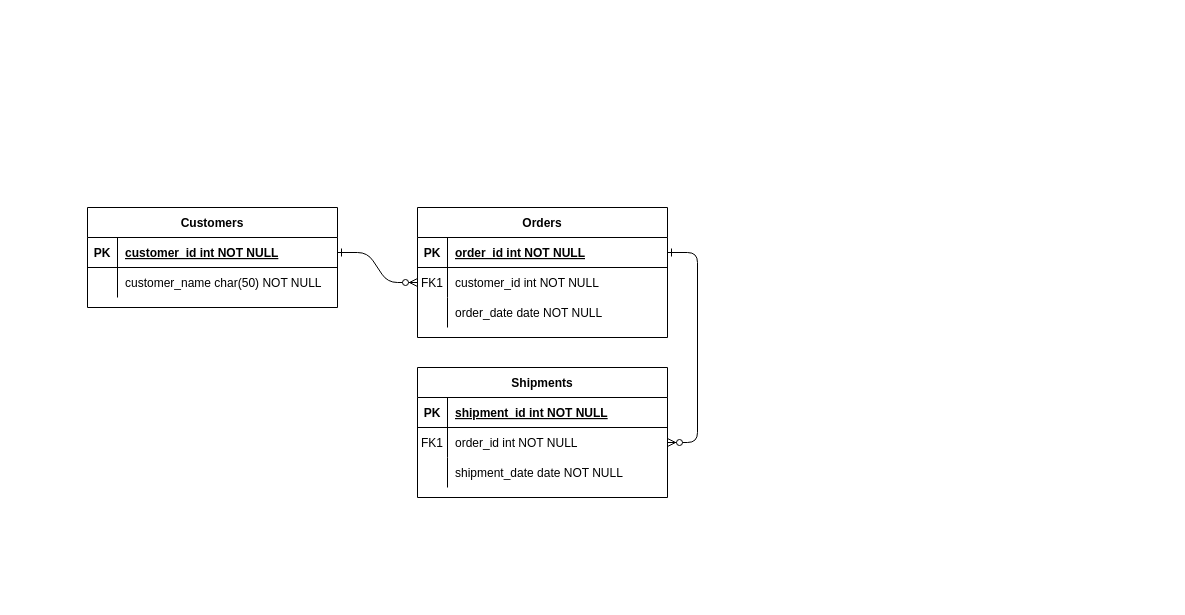
The draw.io diagram ERD Diagram.drawio in KinuthiaWambugu/Laravel9E, before the edit. Source tidied: cells renumbered, new cells numbered last; positions are measured from the earlier drawing's top-left corner, leaving out a move shared by most shapes. Both pictures are drawn from the tidied source at 100%, with x=0, y=0 at pixel (87, 207).
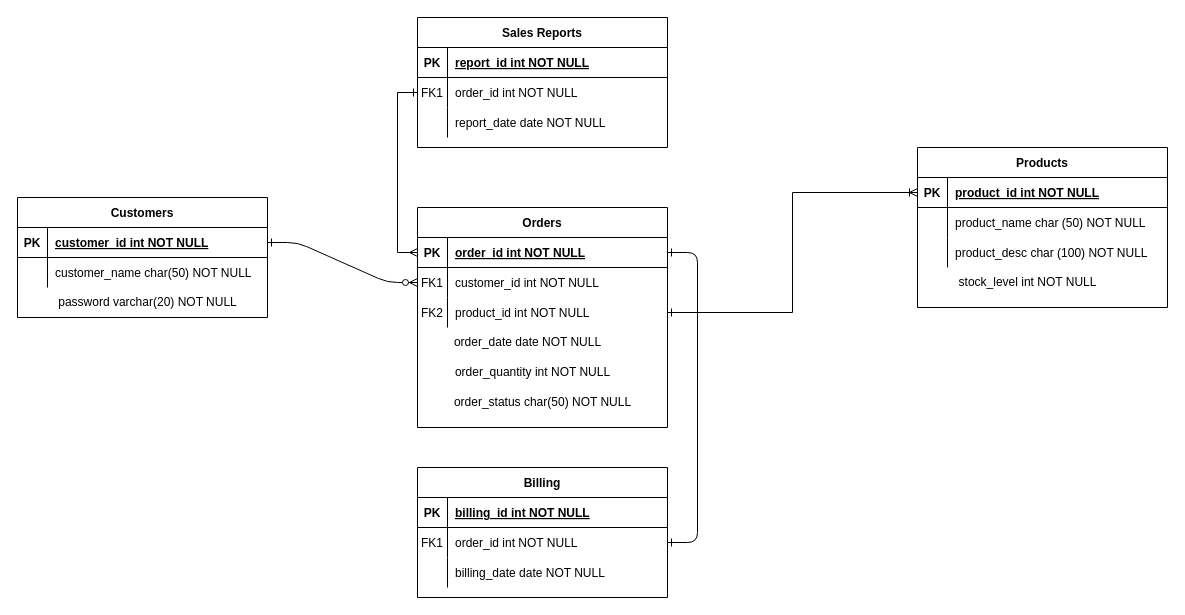
The same diagram, later.

The change refers to these unchanged cells:
```xml
<mxCell id="5" style="shape=partialRectangle;fillColor=none;points=[[0,0.5],[1,0.5]];portConstraint=eastwest;top=0;left=0;right=0;bottom=1;" parent="4" vertex="1">
  <mxGeometry y="30" width="250" height="30" as="geometry" />
</mxCell>
<mxCell id="11" style="shape=partialRectangle;fillColor=none;points=[[0,0.5],[1,0.5]];portConstraint=eastwest;top=0;left=0;right=0;bottom=0;" parent="4" vertex="1">
  <mxGeometry y="90" width="250" height="30" as="geometry" />
</mxCell>
<mxCell id="15" style="shape=partialRectangle;fillColor=none;top=0;left=0;right=0;bottom=1;" parent="14" vertex="1">
  <mxGeometry y="30" width="250" height="30" as="geometry" />
</mxCell>
<mxCell id="18" style="shape=partialRectangle;fillColor=none;points=[[0,0.5],[1,0.5]];portConstraint=eastwest;top=0;left=0;right=0;bottom=0;" parent="14" vertex="1">
  <mxGeometry y="60" width="250" height="30" as="geometry" />
</mxCell>
<mxCell id="21" style="shape=partialRectangle;fillColor=none;top=0;left=0;right=0;bottom=0;" parent="14" vertex="1">
  <mxGeometry y="90" width="250" height="30" as="geometry" />
</mxCell>
```

Change to the diagram source:
```diff
@@
-    <mxCell id="3" style="edgeStyle=entityRelationEdgeStyle;endArrow=ERzeroToMany;startArrow=ERone;endFill=1;startFill=0;" parent="1" edge="1" source="5" target="18">
+    <mxCell id="3" style="edgeStyle=entityRelationEdgeStyle;endArrow=ERone;startArrow=ERone;endFill=0;startFill=0;" parent="1" edge="1" source="5" target="18">
       <mxGeometry relative="1" as="geometry" />
     </mxCell>
     <mxCell id="4" value="Orders" style="shape=table;startSize=30;childLayout=tableLayout;rowLines=0;fontStyle=1;align=center;" parent="1" vertex="1">
-      <mxGeometry x="330" width="250" height="130" as="geometry" />
+      <mxGeometry x="330" width="250" height="220" as="geometry" />
     </mxCell>
@@
-    <mxCell id="12" style="shape=partialRectangle;overflow=hidden;fillColor=none;top=0;left=0;bottom=0;right=0;" parent="11" vertex="1">
+    <mxCell id="12" value="FK2" style="shape=partialRectangle;overflow=hidden;fillColor=none;top=0;left=0;bottom=0;right=0;" parent="11" vertex="1">
       <mxGeometry width="30" height="30" as="geometry" />
     </mxCell>
-    <mxCell id="13" value="order_date date NOT NULL" style="shape=partialRectangle;overflow=hidden;fillColor=none;top=0;left=0;bottom=0;right=0;align=left;spacingLeft=6;" parent="11" vertex="1">
+    <mxCell id="13" value="product_id int NOT NULL" style="shape=partialRectangle;overflow=hidden;fillColor=none;top=0;left=0;bottom=0;right=0;align=left;spacingLeft=6;" parent="11" vertex="1">
       <mxGeometry x="30" width="220" height="30" as="geometry" />
     </mxCell>
-    <mxCell id="14" value="Shipments" style="shape=table;startSize=30;childLayout=tableLayout;rowLines=0;fontStyle=1;align=center;" parent="1" vertex="1">
-      <mxGeometry x="330" y="160" width="250" height="130" as="geometry" />
+    <mxCell id="14" value="Billing" style="shape=table;startSize=30;childLayout=tableLayout;rowLines=0;fontStyle=1;align=center;" parent="1" vertex="1">
+      <mxGeometry x="330" y="260" width="250" height="130" as="geometry" />
     </mxCell>
@@
-    <mxCell id="17" value="shipment_id int NOT NULL " style="shape=partialRectangle;overflow=hidden;fillColor=none;top=0;left=0;bottom=0;right=0;align=left;spacingLeft=6;fontStyle=5;" parent="15" vertex="1">
+    <mxCell id="17" value="billing_id int NOT NULL " style="shape=partialRectangle;overflow=hidden;fillColor=none;top=0;left=0;bottom=0;right=0;align=left;spacingLeft=6;fontStyle=5;" parent="15" vertex="1">
       <mxGeometry x="30" width="220" height="30" as="geometry" />
     </mxCell>
@@
-    <mxCell id="23" value="shipment_date date NOT NULL" style="shape=partialRectangle;overflow=hidden;fillColor=none;top=0;left=0;bottom=0;right=0;align=left;spacingLeft=6;" parent="21" vertex="1">
+    <mxCell id="23" value="billing_date date NOT NULL" style="shape=partialRectangle;overflow=hidden;fillColor=none;top=0;left=0;bottom=0;right=0;align=left;spacingLeft=6;" parent="21" vertex="1">
       <mxGeometry x="30" width="220" height="30" as="geometry" />
     </mxCell>
     <mxCell id="24" value="Customers" style="shape=table;startSize=30;childLayout=tableLayout;rowLines=0;fontStyle=1;align=center;" parent="1" vertex="1">
-      <mxGeometry width="250" height="100" as="geometry" />
+      <mxGeometry x="-70" y="-10" width="250" height="120" as="geometry" />
     </mxCell>
@@
+    <mxCell id="31" value="password varchar(20) NOT NULL" style="text;html=1;align=center;verticalAlign=middle;strokeColor=none;fillColor=none;" parent="1" vertex="1">
+      <mxGeometry x="-40" y="80" width="200" height="30" as="geometry" />
+    </mxCell>
+    <mxCell id="32" value="order_quantity int NOT NULL" style="text;html=1;align=center;verticalAlign=middle;strokeColor=none;fillColor=none;" parent="1" vertex="1">
+      <mxGeometry x="355" y="150" width="180" height="30" as="geometry" />
+    </mxCell>
+    <mxCell id="33" value="order_status char(50) NOT NULL" style="text;html=1;align=center;verticalAlign=middle;strokeColor=none;fillColor=none;" parent="1" vertex="1">
+      <mxGeometry x="355" y="180" width="200" height="30" as="geometry" />
+    </mxCell>
+    <mxCell id="34" value="Products" style="shape=table;startSize=30;childLayout=tableLayout;rowLines=0;fontStyle=1;align=center;" parent="1" vertex="1">
+      <mxGeometry x="830" y="-60" width="250" height="160" as="geometry" />
+    </mxCell>
+    <mxCell id="35" style="shape=partialRectangle;fillColor=none;points=[[0,0.5],[1,0.5]];portConstraint=eastwest;top=0;left=0;right=0;bottom=1;" parent="34" vertex="1">
+      <mxGeometry y="30" width="250" height="30" as="geometry" />
+    </mxCell>
+    <mxCell id="36" value="PK" style="shape=partialRectangle;overflow=hidden;fillColor=none;top=0;left=0;bottom=0;right=0;fontStyle=1;" parent="35" vertex="1">
+      <mxGeometry width="30" height="30" as="geometry" />
+    </mxCell>
+    <mxCell id="37" value="product_id int NOT NULL " style="shape=partialRectangle;overflow=hidden;fillColor=none;top=0;left=0;bottom=0;right=0;align=left;spacingLeft=6;fontStyle=5;" parent="35" vertex="1">
+      <mxGeometry x="30" width="220" height="30" as="geometry" />
+    </mxCell>
+    <mxCell id="38" style="shape=partialRectangle;fillColor=none;top=0;left=0;right=0;bottom=0;" parent="34" vertex="1">
+      <mxGeometry y="60" width="250" height="30" as="geometry" />
+    </mxCell>
+    <mxCell id="39" style="shape=partialRectangle;overflow=hidden;fillColor=none;top=0;left=0;bottom=0;right=0;" parent="38" vertex="1">
+      <mxGeometry width="30" height="30" as="geometry" />
+    </mxCell>
+    <mxCell id="40" value="product_name char (50) NOT NULL" style="shape=partialRectangle;overflow=hidden;fillColor=none;top=0;left=0;bottom=0;right=0;align=left;spacingLeft=6;" parent="38" vertex="1">
+      <mxGeometry x="30" width="220" height="30" as="geometry" />
+    </mxCell>
+    <mxCell id="41" style="shape=partialRectangle;fillColor=none;top=0;left=0;right=0;bottom=0;" parent="34" vertex="1">
+      <mxGeometry y="90" width="250" height="30" as="geometry" />
+    </mxCell>
+    <mxCell id="42" style="shape=partialRectangle;overflow=hidden;fillColor=none;top=0;left=0;bottom=0;right=0;" parent="41" vertex="1">
+      <mxGeometry width="30" height="30" as="geometry" />
+    </mxCell>
+    <mxCell id="43" value="product_desc char (100) NOT NULL" style="shape=partialRectangle;overflow=hidden;fillColor=none;top=0;left=0;bottom=0;right=0;align=left;spacingLeft=6;" parent="41" vertex="1">
+      <mxGeometry x="30" width="220" height="30" as="geometry" />
+    </mxCell>
+    <mxCell id="44" value="stock_level int NOT NULL" style="text;html=1;align=center;verticalAlign=middle;strokeColor=none;fillColor=none;" parent="1" vertex="1">
+      <mxGeometry x="860" y="60" width="160" height="30" as="geometry" />
+    </mxCell>
+    <mxCell id="45" value="order_date date NOT NULL" style="text;html=1;align=center;verticalAlign=middle;strokeColor=none;fillColor=none;" parent="1" vertex="1">
+      <mxGeometry x="355" y="120" width="170" height="30" as="geometry" />
+    </mxCell>
+    <mxCell id="46" style="edgeStyle=orthogonalEdgeStyle;rounded=0;jettySize=auto;html=1;exitX=0;exitY=0.5;exitDx=0;exitDy=0;entryX=1;entryY=0.5;entryDx=0;entryDy=0;startArrow=ERoneToMany;startFill=0;endArrow=ERone;endFill=0;" parent="1" edge="1" source="35" target="11">
+      <mxGeometry relative="1" as="geometry" />
+    </mxCell>
+    <mxCell id="47" value="Sales Reports" style="shape=table;startSize=30;childLayout=tableLayout;rowLines=0;fontStyle=1;align=center;" parent="1" vertex="1">
+      <mxGeometry x="330" y="-190" width="250" height="130" as="geometry" />
+    </mxCell>
+    <mxCell id="48" style="shape=partialRectangle;fillColor=none;top=0;left=0;right=0;bottom=1;" parent="47" vertex="1">
+      <mxGeometry y="30" width="250" height="30" as="geometry" />
+    </mxCell>
+    <mxCell id="49" value="PK" style="shape=partialRectangle;overflow=hidden;fillColor=none;top=0;left=0;bottom=0;right=0;fontStyle=1;" parent="48" vertex="1">
+      <mxGeometry width="30" height="30" as="geometry" />
+    </mxCell>
+    <mxCell id="50" value="report_id int NOT NULL " style="shape=partialRectangle;overflow=hidden;fillColor=none;top=0;left=0;bottom=0;right=0;align=left;spacingLeft=6;fontStyle=5;" parent="48" vertex="1">
+      <mxGeometry x="30" width="220" height="30" as="geometry" />
+    </mxCell>
+    <mxCell id="51" style="shape=partialRectangle;fillColor=none;points=[[0,0.5],[1,0.5]];portConstraint=eastwest;top=0;left=0;right=0;bottom=0;" parent="47" vertex="1">
+      <mxGeometry y="60" width="250" height="30" as="geometry" />
+    </mxCell>
+    <mxCell id="52" value="FK1" style="shape=partialRectangle;overflow=hidden;fillColor=none;top=0;left=0;bottom=0;right=0;" parent="51" vertex="1">
+      <mxGeometry width="30" height="30" as="geometry" />
+    </mxCell>
+    <mxCell id="53" value="order_id int NOT NULL" style="shape=partialRectangle;overflow=hidden;fillColor=none;top=0;left=0;bottom=0;right=0;align=left;spacingLeft=6;" parent="51" vertex="1">
+      <mxGeometry x="30" width="220" height="30" as="geometry" />
+    </mxCell>
+    <mxCell id="54" style="shape=partialRectangle;fillColor=none;top=0;left=0;right=0;bottom=0;" parent="47" vertex="1">
+      <mxGeometry y="90" width="250" height="30" as="geometry" />
+    </mxCell>
+    <mxCell id="55" style="shape=partialRectangle;overflow=hidden;fillColor=none;top=0;left=0;bottom=0;right=0;" parent="54" vertex="1">
+      <mxGeometry width="30" height="30" as="geometry" />
+    </mxCell>
+    <mxCell id="56" value="report_date date NOT NULL" style="shape=partialRectangle;overflow=hidden;fillColor=none;top=0;left=0;bottom=0;right=0;align=left;spacingLeft=6;" parent="54" vertex="1">
+      <mxGeometry x="30" width="220" height="30" as="geometry" />
+    </mxCell>
+    <mxCell id="57" style="edgeStyle=orthogonalEdgeStyle;rounded=0;jettySize=auto;html=1;exitX=0;exitY=0.5;exitDx=0;exitDy=0;entryX=0;entryY=0.5;entryDx=0;entryDy=0;startArrow=ERmany;startFill=0;endArrow=ERone;endFill=0;" parent="1" edge="1" source="5" target="51">
+      <mxGeometry relative="1" as="geometry" />
+    </mxCell>
```
